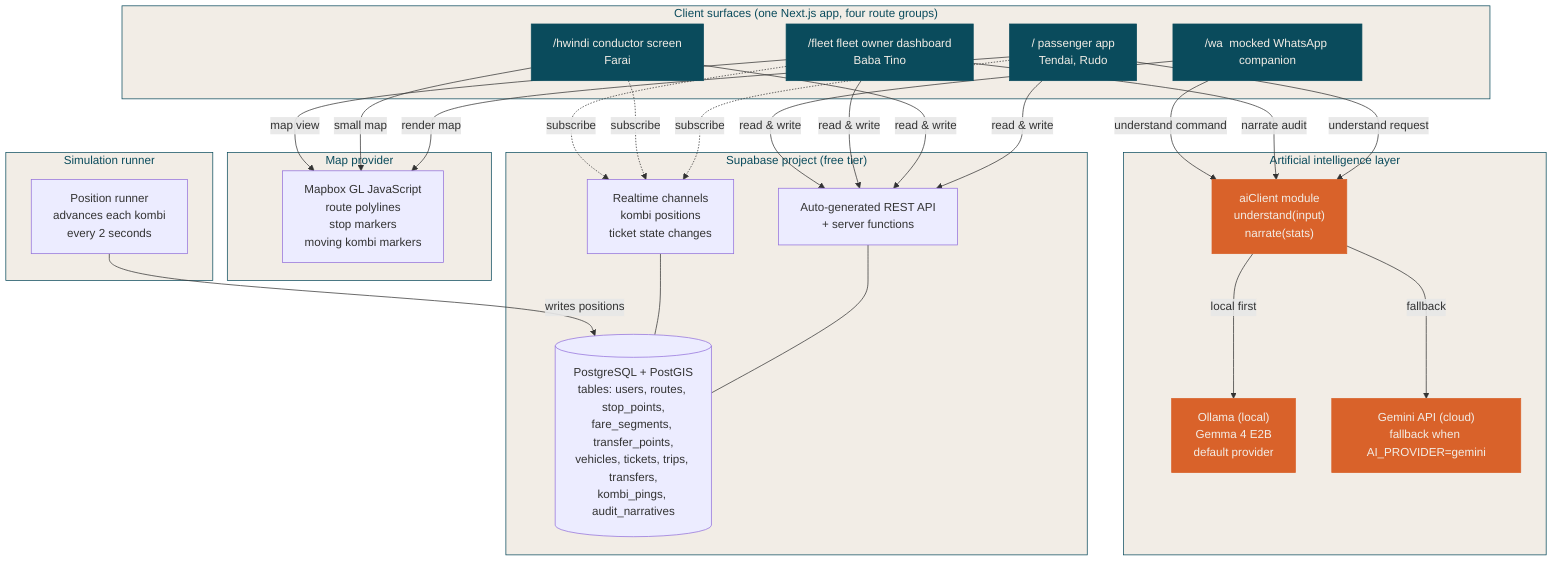
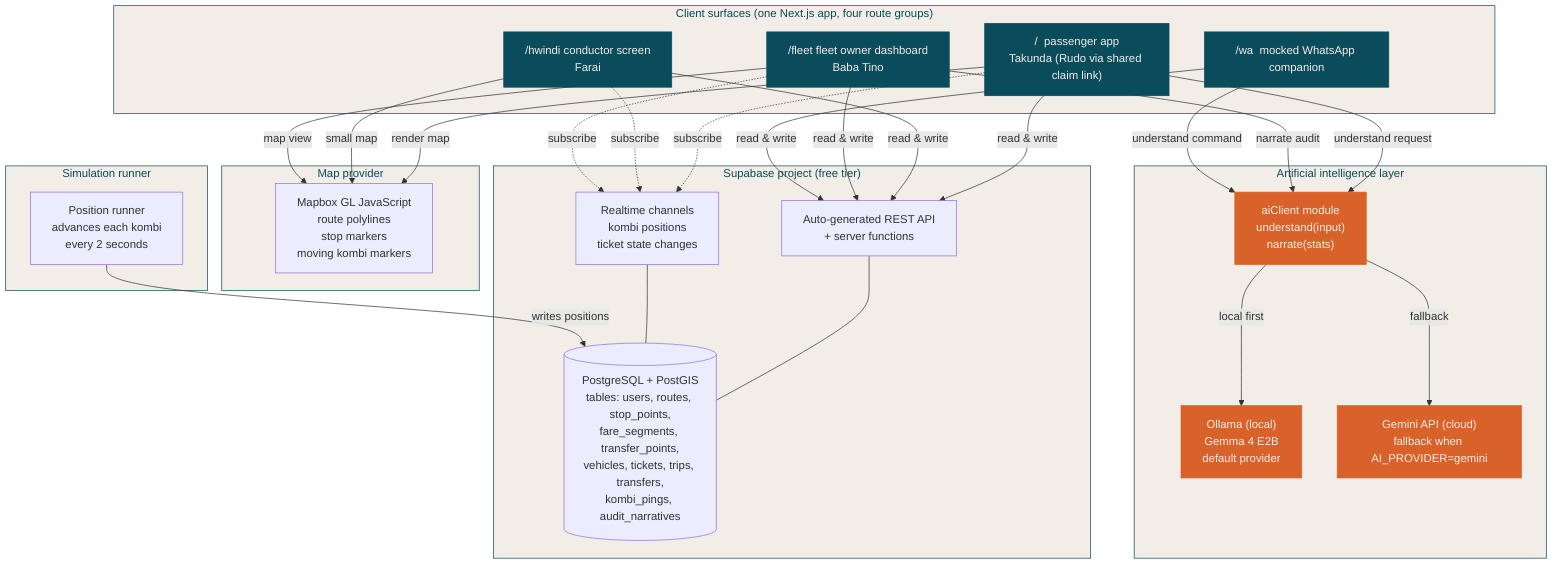
%% Svika system architecture
%% Renders with any Mermaid-aware viewer.

graph TB
    subgraph clients["Client surfaces (one Next.js app, four route groups)"]
-         passenger["/  passenger app<br/>Tendai, Rudo"]
+         passenger["/  passenger app<br/>Takunda (Rudo via shared claim link)"]
        conductor["/hwindi  conductor screen<br/>Farai"]
        fleet["/fleet  fleet owner dashboard<br/>Baba Tino"]
        wa["/wa  mocked WhatsApp companion"]
    end

    subgraph backend["Supabase project (free tier)"]
        db[("PostgreSQL + PostGIS<br/>tables: users, routes, stop_points,<br/>fare_segments, transfer_points,<br/>vehicles, tickets, trips, transfers,<br/>kombi_pings, audit_narratives")]
        realtime["Realtime channels<br/>kombi positions<br/>ticket state changes"]
        api["Auto-generated REST API<br/>+ server functions"]
    end

    subgraph map["Map provider"]
        mapbox["Mapbox GL JavaScript<br/>route polylines<br/>stop markers<br/>moving kombi markers"]
    end

    subgraph ai["Artificial intelligence layer"]
        client_module["aiClient module<br/>understand(input)<br/>narrate(stats)"]
        ollama["Ollama (local)<br/>Gemma 4 E2B<br/>default provider"]
        gemini["Gemini API (cloud)<br/>fallback when AI_PROVIDER=gemini"]
    end

    subgraph sim["Simulation runner"]
        runner["Position runner<br/>advances each kombi<br/>every 2 seconds"]
    end

    %% Client to backend
    passenger -->|read & write| api
    conductor -->|read & write| api
    fleet -->|read & write| api
    wa -->|read & write| api

    %% Realtime subscriptions
    passenger -.->|subscribe| realtime
    conductor -.->|subscribe| realtime
    fleet -.->|subscribe| realtime

    %% Map usage
    passenger -->|render map| mapbox
    conductor -->|small map| mapbox
    fleet -->|map view| mapbox

    %% AI usage
    passenger -->|understand request| client_module
    fleet -->|narrate audit| client_module
    wa -->|understand command| client_module
    client_module -->|local first| ollama
    client_module -->|fallback| gemini

    %% Backend connections
    api --- db
    realtime --- db

    %% Simulation
    runner -->|writes positions| db

    %% Styling
    classDef teal fill:#0A4B5C,stroke:#0A4B5C,color:#F2EDE6
    classDef rust fill:#D9622A,stroke:#D9622A,color:#F2EDE6
    classDef stone fill:#F2EDE6,stroke:#0A4B5C,color:#0A4B5C
    class clients,backend,map,ai,sim stone
    class passenger,conductor,fleet,wa teal
    class ollama,gemini,client_module rust
